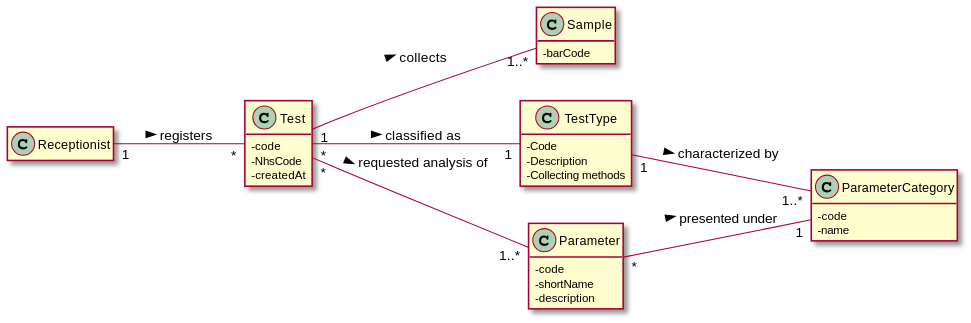
Above: docs/SprintC/US_4/US4_DM.svg in ana-albergaria/LAPR2-ISEP (PlantUML), before the change.
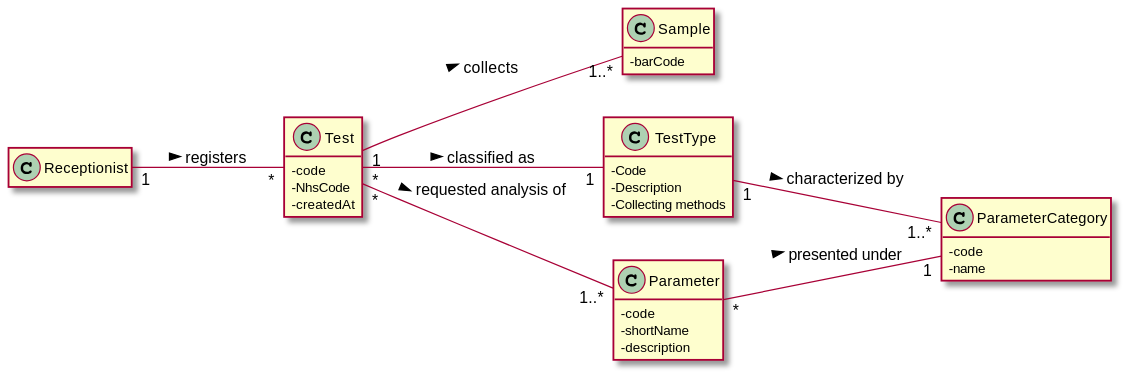
Later version of the same file.

Change to the diagram source:
```diff
@@ -35,9 +35,9 @@
 }
 
 Test "*" -- "1" TestType : classified as >
-Test "1" -- "1..*" Sample : collects >
 Test "*" -- "1..*" Parameter : requested analysis of >
 Receptionist "1" -- "*" Test : registers >
 Parameter "*" -- "1" ParameterCategory: presented under >
 TestType "1" -- "1..*" ParameterCategory : characterized by >
+Test "1" -- "1..*" Sample : collects >
 @enduml
```
